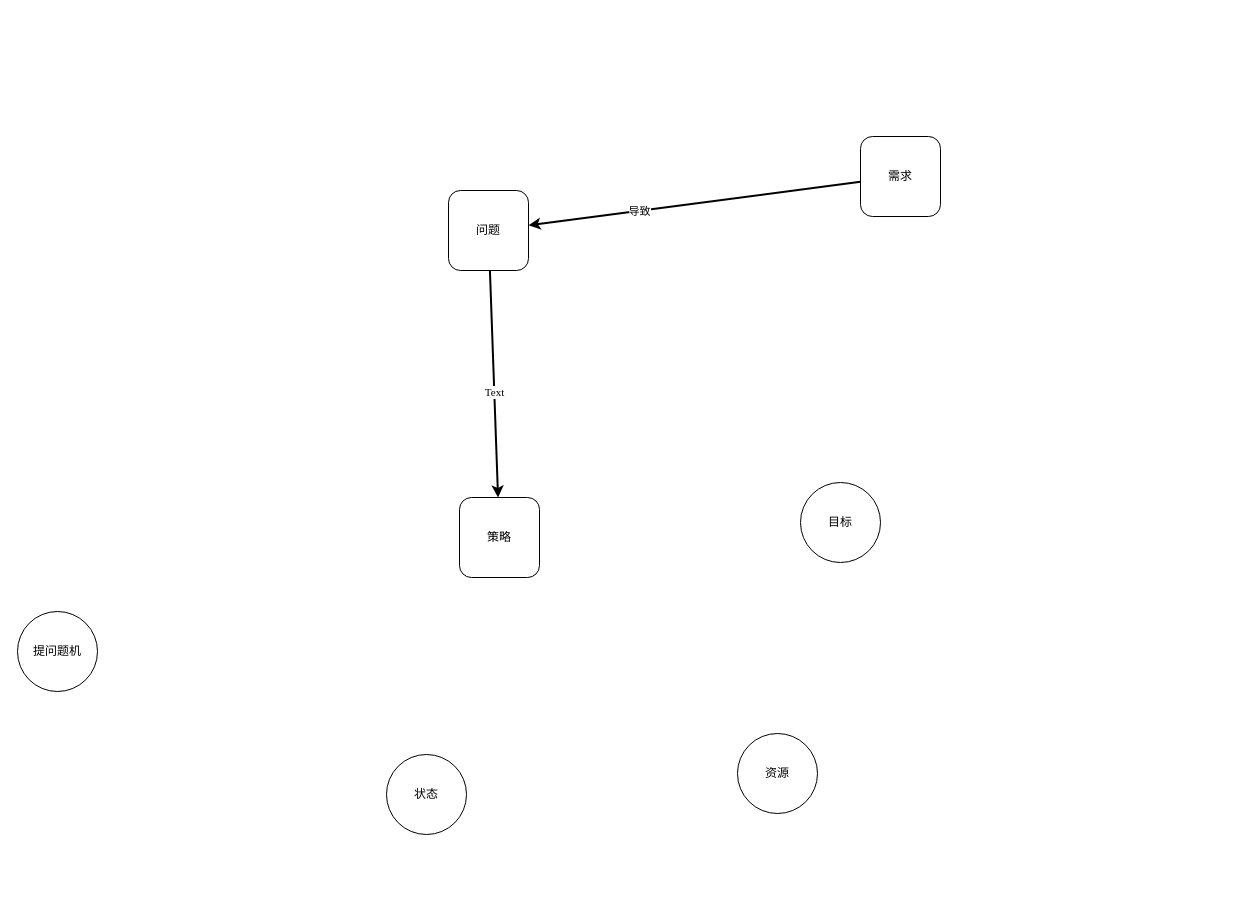
EntelechySystem/EntelechySystem_theory keeps this draw.io diagram as page "分析问题流程" (6 of 7) of Analyse/总体分析框架.drawio. Above is the earlier version. Source tidied: cells renumbered, new cells numbered last; positions are measured from the earlier drawing's top-left corner, leaving out a move shared by most shapes. Both pictures are drawn from the tidied source at 100%, with x=0, y=0 at pixel (17, 136).
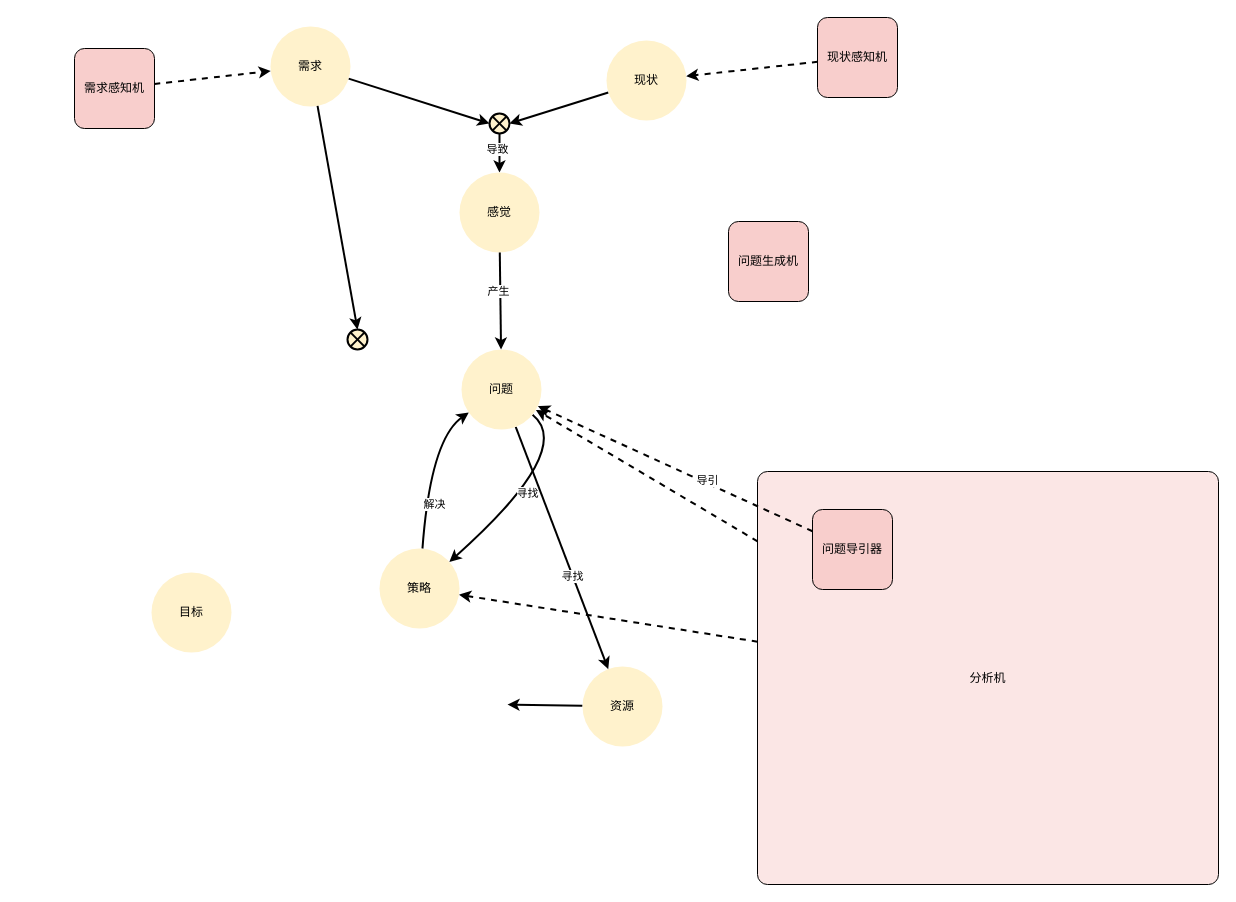
After the change.

Commit message:
Update 总体分析框架.drawio

Change to the diagram source:
```diff
@@
+    <mxCell id="13" style="edgeStyle=none;rounded=0;jettySize=auto;html=1;fontFamily=Times New Roman;endArrow=classic;endFill=1;strokeWidth=2;" parent="1" edge="1" source="14" target="4">
+      <mxGeometry relative="1" as="geometry" />
+    </mxCell>
+    <mxCell id="6" value="导致" style="edgeLabel;html=1;align=center;verticalAlign=middle;fontFamily=Times New Roman;" parent="13" vertex="1">
+      <mxGeometry x="-0.23" y="-3" relative="1" as="geometry" />
+    </mxCell>
+    <mxCell id="14" style="shape=sumEllipse;perimeter=ellipsePerimeter;whiteSpace=wrap;html=1;backgroundOutline=1;labelBackgroundColor=none;labelBorderColor=none;fontFamily=Times New Roman;snapToPoint=1;fillColor=#fff2cc;strokeColor=default;strokeWidth=2;" parent="1" vertex="1">
+      <mxGeometry x="472" y="-23" width="20" height="20" as="geometry" />
+    </mxCell>
+    <mxCell id="5" style="rounded=0;jettySize=auto;html=1;fontFamily=Times New Roman;strokeWidth=2;anchorPointDirection=0;" parent="1" edge="1" source="7" target="14">
+      <mxGeometry relative="1" as="geometry" />
+    </mxCell>
-    <mxCell id="2" style="rounded=0;jettySize=auto;html=1;fontFamily=Times New Roman;strokeWidth=2;" parent="1" edge="1" source="4" target="8">
-      <mxGeometry relative="1" as="geometry" />
+    <mxCell id="2" style="jettySize=auto;html=1;fontFamily=Times New Roman;strokeWidth=2;startArrow=none;curved=1;enumerate=0;orthogonal=0;sourcePortConstraint=none;" parent="1" edge="1" source="21" target="8">
+      <mxGeometry relative="1" as="geometry">
+        <Array as="points">
+          <mxPoint x="558" y="313" />
+        </Array>
+      </mxGeometry>
     </mxCell>
-    <mxCell id="3" value="Text" style="edgeLabel;html=1;align=center;verticalAlign=middle;fontFamily=Times New Roman;" parent="2" vertex="1">
+    <mxCell id="3" value="寻找" style="edgeLabel;html=1;align=center;verticalAlign=middle;fontFamily=Times New Roman;" parent="2" vertex="1">
       <mxGeometry x="0.07" relative="1" as="geometry" />
     </mxCell>
-    <mxCell id="4" value="问题" style="rounded=1;whiteSpace=wrap;html=1;fontFamily=Times New Roman;fontSize=12;fontColor=default;align=center;strokeColor=default;fillColor=default;" parent="1" vertex="1">
-      <mxGeometry x="431" y="54" width="80" height="80" as="geometry" />
+    <mxCell id="4" value="感觉" style="ellipse;whiteSpace=wrap;html=1;fontFamily=Times New Roman;fontSize=12;fontColor=default;align=center;strokeColor=none;fillColor=#fff2cc;" parent="1" vertex="1">
+      <mxGeometry x="442" y="36" width="80" height="80" as="geometry" />
     </mxCell>
-    <mxCell id="5" style="rounded=0;jettySize=auto;html=1;fontFamily=Times New Roman;strokeWidth=2;" parent="1" edge="1" source="7" target="4">
-      <mxGeometry relative="1" as="geometry" />
-    </mxCell>
-    <mxCell id="6" value="导致" style="edgeLabel;html=1;align=center;verticalAlign=middle;fontFamily=Times New Roman;" parent="5" vertex="1">
-      <mxGeometry x="0.33" relative="1" as="geometry" />
-    </mxCell>
-    <mxCell id="7" value="需求" style="rounded=1;whiteSpace=wrap;html=1;fontFamily=Times New Roman;fontSize=12;fontColor=default;align=center;strokeColor=default;fillColor=default;" parent="1" vertex="1">
-      <mxGeometry x="843" width="80" height="80" as="geometry" />
+    <mxCell id="7" value="需求" style="ellipse;whiteSpace=wrap;html=1;fontFamily=Times New Roman;fontSize=12;fontColor=default;align=center;strokeColor=none;fillColor=#fff2cc;" parent="1" vertex="1">
+      <mxGeometry x="253" y="-110" width="80" height="80" as="geometry" />
     </mxCell>
+    <mxCell id="15" style="edgeStyle=none;jettySize=auto;html=1;fontFamily=Times New Roman;endArrow=classic;endFill=1;strokeWidth=2;curved=1;" parent="1" edge="1" source="8" target="21">
+      <mxGeometry relative="1" as="geometry">
+        <Array as="points">
+          <mxPoint x="413" y="303" />
+        </Array>
+      </mxGeometry>
+    </mxCell>
+    <mxCell id="16" value="解决" style="edgeLabel;html=1;align=center;verticalAlign=middle;fontFamily=Times New Roman;" parent="15" vertex="1">
+      <mxGeometry x="-0.41" y="-8" relative="1" as="geometry">
+        <mxPoint y="1" as="offset" />
+      </mxGeometry>
+    </mxCell>
-    <mxCell id="8" value="策略" style="rounded=1;whiteSpace=wrap;html=1;fontFamily=Times New Roman;fontSize=12;fontColor=default;align=center;strokeColor=default;fillColor=default;" parent="1" vertex="1">
-      <mxGeometry x="442" y="361" width="80" height="80" as="geometry" />
+    <mxCell id="8" value="策略" style="ellipse;whiteSpace=wrap;html=1;fontFamily=Times New Roman;fontSize=12;fontColor=default;align=center;strokeColor=none;fillColor=#fff2cc;" parent="1" vertex="1">
+      <mxGeometry x="362" y="412" width="80" height="80" as="geometry" />
     </mxCell>
-    <mxCell id="9" value="目标" style="ellipse;whiteSpace=wrap;html=1;labelBackgroundColor=none;labelBorderColor=none;fontFamily=Times New Roman;" parent="1" vertex="1">
-      <mxGeometry x="783" y="346" width="80" height="80" as="geometry" />
+    <mxCell id="9" value="目标" style="ellipse;whiteSpace=wrap;html=1;fontFamily=Times New Roman;fontSize=12;fontColor=default;align=center;strokeColor=none;fillColor=#fff2cc;" parent="1" vertex="1">
+      <mxGeometry x="134" y="436" width="80" height="80" as="geometry" />
     </mxCell>
+    <mxCell id="17" style="edgeStyle=none;rounded=0;jettySize=auto;html=1;fontFamily=Times New Roman;strokeWidth=2;" parent="1" edge="1" source="10" target="14">
+      <mxGeometry relative="1" as="geometry" />
+    </mxCell>
-    <mxCell id="10" value="状态" style="ellipse;whiteSpace=wrap;html=1;labelBackgroundColor=none;labelBorderColor=none;fontFamily=Times New Roman;" parent="1" vertex="1">
-      <mxGeometry x="369" y="618" width="80" height="80" as="geometry" />
+    <mxCell id="10" value="现状" style="ellipse;whiteSpace=wrap;html=1;fontFamily=Times New Roman;fontSize=12;fontColor=default;align=center;strokeColor=none;fillColor=#fff2cc;" parent="1" vertex="1">
+      <mxGeometry x="589" y="-96" width="80" height="80" as="geometry" />
     </mxCell>
+    <mxCell id="18" style="edgeStyle=none;shape=connector;curved=1;rounded=1;jettySize=auto;html=1;labelBackgroundColor=default;fontFamily=Times New Roman;fontSize=11;fontColor=default;startArrow=none;endArrow=classic;strokeColor=default;strokeWidth=2;" parent="1" edge="1" source="11">
+      <mxGeometry relative="1" as="geometry">
+        <mxPoint x="490" y="568" as="targetPoint" />
+      </mxGeometry>
+    </mxCell>
-    <mxCell id="11" value="资源" style="ellipse;whiteSpace=wrap;html=1;labelBackgroundColor=none;labelBorderColor=none;fontFamily=Times New Roman;" parent="1" vertex="1">
-      <mxGeometry x="720" y="597" width="80" height="80" as="geometry" />
+    <mxCell id="11" value="资源" style="ellipse;whiteSpace=wrap;html=1;labelBackgroundColor=none;labelBorderColor=none;fontFamily=Times New Roman;fillColor=#fff2cc;strokeColor=none;" parent="1" vertex="1">
+      <mxGeometry x="565" y="530" width="80" height="80" as="geometry" />
     </mxCell>
-    <mxCell id="12" value="提问题机" style="ellipse;whiteSpace=wrap;html=1;labelBackgroundColor=none;labelBorderColor=none;fontFamily=Times New Roman;" parent="1" vertex="1">
-      <mxGeometry y="475" width="80" height="80" as="geometry" />
-    </mxCell>
+    <mxCell id="19" style="edgeStyle=none;shape=connector;curved=1;rounded=1;jettySize=auto;html=1;labelBackgroundColor=default;fontFamily=Times New Roman;fontSize=11;fontColor=default;startArrow=none;endArrow=classic;strokeColor=default;strokeWidth=2;" parent="1" edge="1" source="21" target="11">
+      <mxGeometry relative="1" as="geometry" />
+    </mxCell>
+    <mxCell id="20" value="寻找" style="edgeLabel;html=1;align=center;verticalAlign=middle;fontSize=11;fontFamily=Times New Roman;fontColor=default;" parent="19" vertex="1">
+      <mxGeometry x="0.23" y="-1" relative="1" as="geometry" />
+    </mxCell>
+    <mxCell id="21" value="问题" style="ellipse;whiteSpace=wrap;html=1;fontFamily=Times New Roman;fontSize=12;fontColor=default;align=center;strokeColor=none;fillColor=#fff2cc;" parent="1" vertex="1">
+      <mxGeometry x="444" y="213" width="80" height="80" as="geometry" />
+    </mxCell>
+    <mxCell id="22" style="rounded=0;jettySize=auto;html=1;fontFamily=Times New Roman;strokeWidth=2;endArrow=classic;endFill=1;" parent="1" edge="1" source="4" target="21">
+      <mxGeometry relative="1" as="geometry" />
+    </mxCell>
+    <mxCell id="23" value="产生" style="edgeLabel;html=1;align=center;verticalAlign=middle;fontFamily=Times New Roman;" parent="22" vertex="1">
+      <mxGeometry x="-0.19" y="-2" relative="1" as="geometry">
+        <mxPoint y="-1" as="offset" />
+      </mxGeometry>
+    </mxCell>
+    <mxCell id="24" style="edgeStyle=none;shape=connector;curved=1;rounded=1;jettySize=auto;html=1;dashed=1;labelBackgroundColor=default;fontFamily=Times New Roman;fontSize=11;fontColor=default;startArrow=none;endArrow=classic;strokeColor=default;strokeWidth=2;" parent="1" edge="1" source="25" target="7">
+      <mxGeometry relative="1" as="geometry" />
+    </mxCell>
+    <mxCell id="25" value="需求感知机" style="rounded=1;whiteSpace=wrap;html=1;fontFamily=Times New Roman;fontSize=12;fontColor=default;align=center;strokeColor=default;fillColor=#f8cecc;absoluteArcSize=1;" parent="1" vertex="1">
+      <mxGeometry x="57" y="-88" width="80" height="80" as="geometry" />
+    </mxCell>
+    <mxCell id="26" style="edgeStyle=none;shape=connector;curved=1;rounded=1;jettySize=auto;html=1;dashed=1;labelBackgroundColor=default;fontFamily=Times New Roman;fontSize=11;fontColor=default;startArrow=none;endArrow=classic;strokeColor=default;strokeWidth=2;" parent="1" edge="1" source="27" target="10">
+      <mxGeometry relative="1" as="geometry" />
+    </mxCell>
+    <mxCell id="27" value="现状感知机" style="rounded=1;whiteSpace=wrap;html=1;fontFamily=Times New Roman;fontSize=12;fontColor=default;align=center;strokeColor=default;fillColor=#f8cecc;absoluteArcSize=1;" parent="1" vertex="1">
+      <mxGeometry x="800" y="-119" width="80" height="80" as="geometry" />
+    </mxCell>
+    <mxCell id="28" value="问题生成机" style="rounded=1;whiteSpace=wrap;html=1;fontFamily=Times New Roman;fontSize=12;fontColor=default;align=center;strokeColor=default;fillColor=#f8cecc;absoluteArcSize=1;" parent="1" vertex="1">
+      <mxGeometry x="711" y="85" width="80" height="80" as="geometry" />
+    </mxCell>
+    <mxCell id="29" style="edgeStyle=none;shape=connector;curved=1;rounded=1;jettySize=auto;html=1;labelBackgroundColor=default;fontFamily=Times New Roman;fontSize=11;fontColor=default;startArrow=none;endArrow=classic;strokeColor=default;strokeWidth=2;dashed=1;" parent="1" edge="1" source="31" target="8">
+      <mxGeometry relative="1" as="geometry" />
+    </mxCell>
+    <mxCell id="30" style="edgeStyle=none;shape=connector;curved=1;rounded=1;jettySize=auto;html=1;dashed=1;labelBackgroundColor=default;fontFamily=Times New Roman;fontSize=11;fontColor=default;startArrow=none;endArrow=classic;strokeColor=default;strokeWidth=2;" parent="1" edge="1" source="31" target="21">
+      <mxGeometry relative="1" as="geometry" />
+    </mxCell>
+    <mxCell id="31" value="分析机" style="rounded=1;whiteSpace=wrap;html=1;fontFamily=Times New Roman;fontSize=12;align=center;strokeColor=#000000;fillColor=#f8cecc;absoluteArcSize=1;fillOpacity=50;" parent="1" vertex="1">
+      <mxGeometry x="740" y="335" width="461" height="413" as="geometry" />
+    </mxCell>
+    <mxCell id="32" style="edgeStyle=none;shape=connector;curved=1;rounded=1;jettySize=auto;html=1;labelBackgroundColor=default;fontFamily=Times New Roman;fontSize=11;fontColor=default;startArrow=none;endArrow=classic;strokeColor=default;strokeWidth=2;dashed=1;" parent="1" edge="1" source="34" target="21">
+      <mxGeometry relative="1" as="geometry" />
+    </mxCell>
+    <mxCell id="33" value="导引" style="edgeLabel;html=1;align=center;verticalAlign=middle;fontSize=11;fontFamily=Times New Roman;fontColor=default;" parent="32" vertex="1">
+      <mxGeometry x="-0.22" y="-4" relative="1" as="geometry">
+        <mxPoint y="1" as="offset" />
+      </mxGeometry>
+    </mxCell>
+    <mxCell id="34" value="问题导引器" style="rounded=1;whiteSpace=wrap;html=1;fontFamily=Times New Roman;fontSize=12;fontColor=default;align=center;strokeColor=default;fillColor=#f8cecc;absoluteArcSize=1;" parent="1" vertex="1">
+      <mxGeometry x="795" y="373" width="80" height="80" as="geometry" />
+    </mxCell>
+    <mxCell id="35" style="shape=sumEllipse;perimeter=ellipsePerimeter;whiteSpace=wrap;html=1;backgroundOutline=1;labelBackgroundColor=none;labelBorderColor=none;fontFamily=Times New Roman;snapToPoint=1;fillColor=#fff2cc;strokeColor=default;strokeWidth=2;" parent="1" vertex="1">
+      <mxGeometry x="330" y="193" width="20" height="20" as="geometry" />
+    </mxCell>
+    <mxCell id="36" style="rounded=0;jettySize=auto;html=1;fontFamily=Times New Roman;strokeWidth=2;anchorPointDirection=0;" parent="1" edge="1" source="7" target="35">
+      <mxGeometry relative="1" as="geometry" />
+    </mxCell>
```
